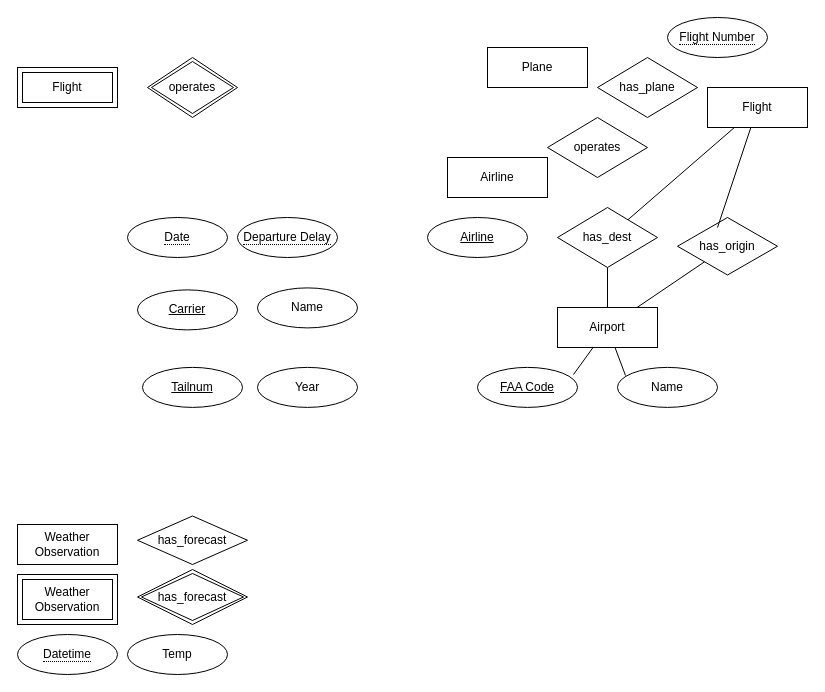
Earlier version of the draw.io diagram lab5/lab5.drawio (illinois-data-curation/is477-sp25-jonhan2). Source tidied: cells renumbered, new cells numbered last; positions are measured from the earlier drawing's top-left corner, leaving out a move shared by most shapes. Both pictures are drawn from the tidied source at 100%, with x=0, y=0 at pixel (17, 17).
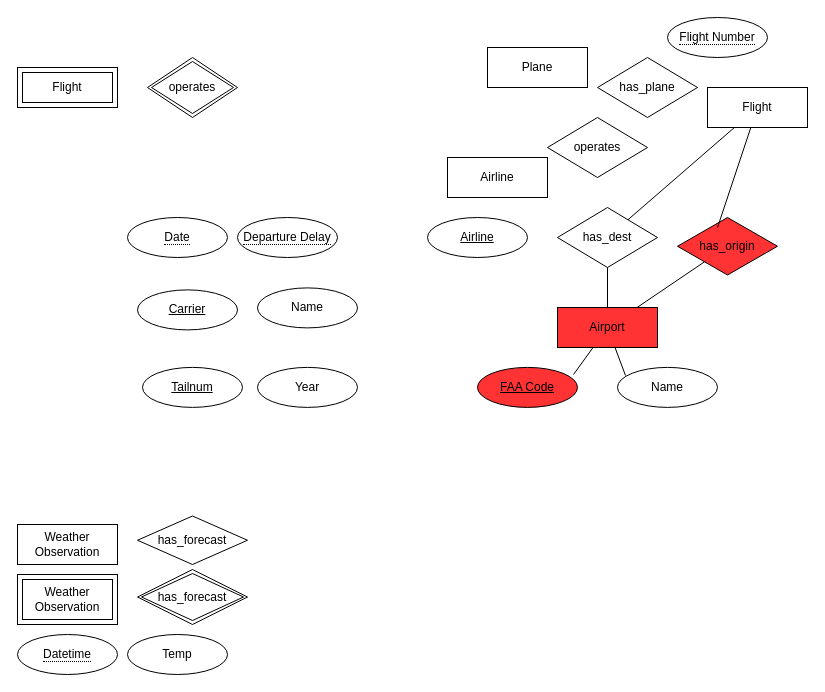
Above is the later version.

Diff of the diagram source:
```diff
@@
-    <mxCell id="3" value="has_origin" style="shape=rhombus;perimeter=rhombusPerimeter;whiteSpace=wrap;html=1;align=center;" parent="1" vertex="1">
+    <mxCell id="3" value="has_origin" style="shape=rhombus;perimeter=rhombusPerimeter;whiteSpace=wrap;html=1;align=center;fillColor=#FF3333;" parent="1" vertex="1">
       <mxGeometry x="660" y="200" width="100" height="57.5" as="geometry" />
     </mxCell>
@@
-    <mxCell id="6" value="Airport" style="whiteSpace=wrap;html=1;align=center;" parent="1" vertex="1">
+    <mxCell id="6" value="Airport" style="whiteSpace=wrap;html=1;align=center;fillColor=#FF3333;" parent="1" vertex="1">
       <mxGeometry x="540" y="290" width="100" height="40" as="geometry" />
     </mxCell>
@@
-    <mxCell id="10" value="FAA Code" style="ellipse;whiteSpace=wrap;html=1;align=center;fontStyle=4;" parent="1" vertex="1">
+    <mxCell id="10" value="FAA Code" style="ellipse;whiteSpace=wrap;html=1;align=center;fontStyle=4;fillColor=#FF3333;" parent="1" vertex="1">
       <mxGeometry x="460" y="349.9" width="100" height="40" as="geometry" />
     </mxCell>
@@
-    <mxCell id="28" style="endArrow=none;html=1;entryX=0.96;entryY=0.178;entryDx=0;entryDy=0;entryPerimeter=0;" parent="1" edge="1" source="6" target="10">
+    <mxCell id="28" style="endArrow=none;html=1;entryX=0.96;entryY=0.178;entryDx=0;entryDy=0;entryPerimeter=0;fillColor=#FF3333;" parent="1" edge="1" source="6" target="10">
       <mxGeometry relative="1" as="geometry" />
     </mxCell>
@@
-    <mxCell id="30" style="endArrow=none;html=1;" parent="1" edge="1" source="6" target="3">
+    <mxCell id="30" style="endArrow=none;html=1;fillColor=#FF3333;" parent="1" edge="1" source="6" target="3">
       <mxGeometry relative="1" as="geometry" />
     </mxCell>
```
